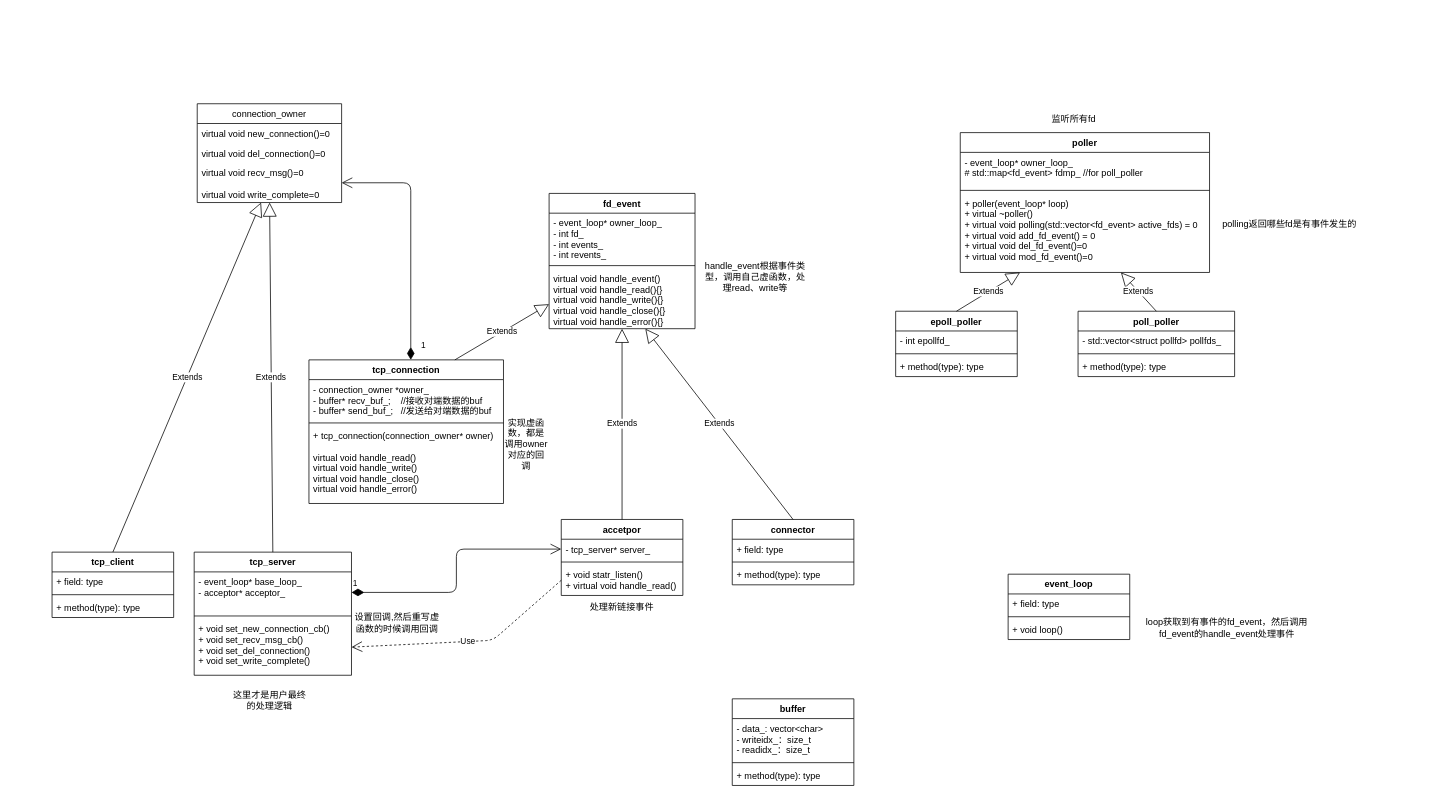
Above: page "UML" (2 of 3) of docs/easy_net.drawio in HLhuanglang/eNET (draw.io), before the change. Source tidied: cells renumbered, new cells numbered last; positions are measured from the earlier drawing's top-left corner, leaving out a move shared by most shapes. Both pictures are drawn from the tidied source at 76%, with x=0, y=0 at pixel (52, 103).
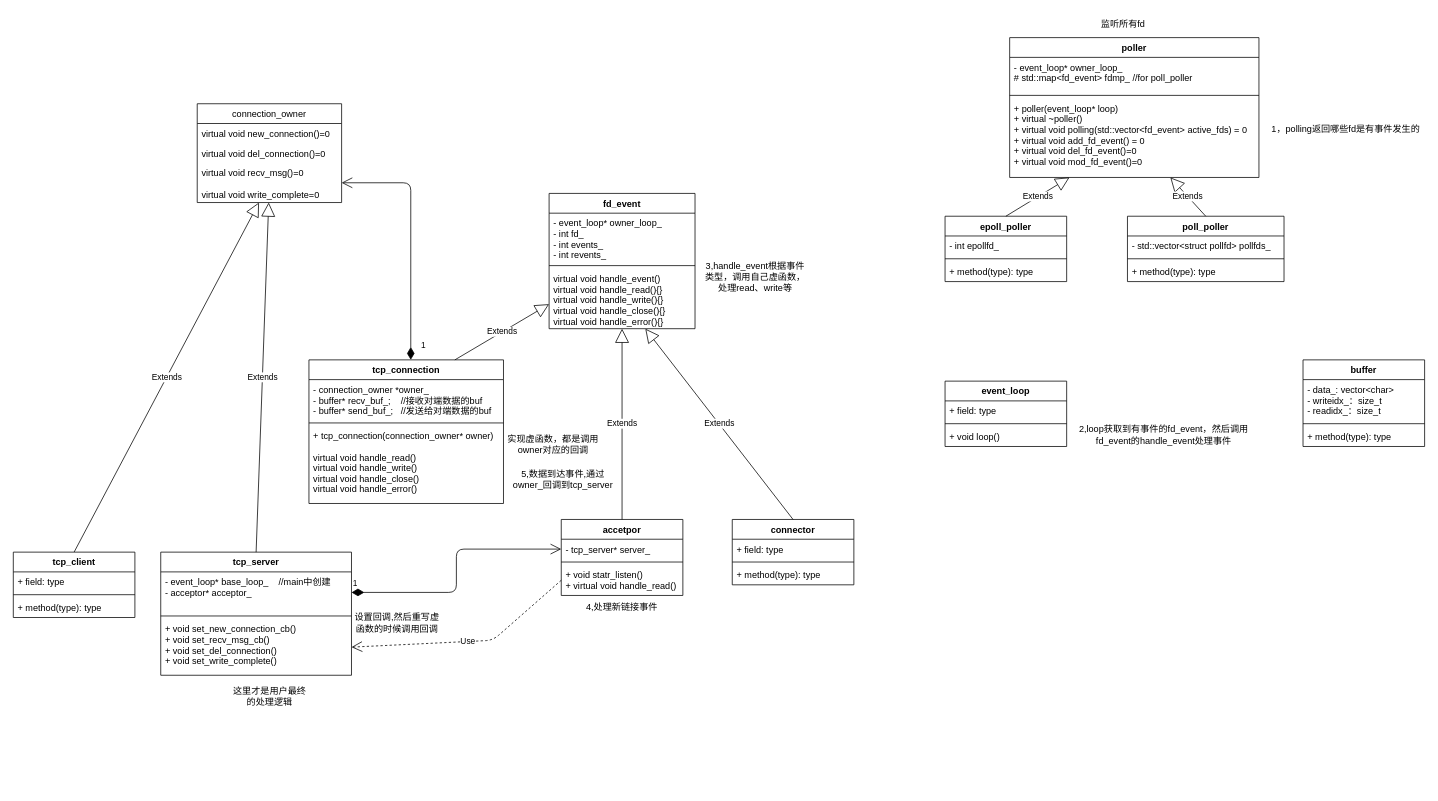
After the change.

The edit, as a diff of the source:
```diff
@@
     <mxCell id="2" value="buffer" style="swimlane;fontStyle=1;align=center;verticalAlign=top;horizontal=1;startSize=26;" parent="1" vertex="1">
-      <mxGeometry x="895" y="783" width="160" height="114" as="geometry" />
+      <mxGeometry x="1646" y="337" width="160" height="114" as="geometry" />
     </mxCell>
@@
     <mxCell id="11" value="tcp_client" style="swimlane;fontStyle=1;align=center;verticalAlign=top;horizontal=1;startSize=26;" parent="1" vertex="1">
-      <mxGeometry y="590" width="160" height="86" as="geometry" />
+      <mxGeometry x="-51" y="590" width="160" height="86" as="geometry" />
     </mxCell>
@@
     <mxCell id="15" value="tcp_server" style="swimlane;fontStyle=1;align=center;verticalAlign=top;horizontal=1;startSize=26;" parent="1" vertex="1">
-      <mxGeometry x="187" y="590" width="207" height="162" as="geometry" />
+      <mxGeometry x="143" y="590" width="251" height="162" as="geometry" />
     </mxCell>
-    <mxCell id="16" value="- event_loop* base_loop_&#10;- acceptor* acceptor_" style="text;strokeColor=none;fillColor=none;align=left;verticalAlign=top;spacingLeft=4;spacingRight=4;overflow=hidden;points=[[0,0.5],[1,0.5]];portConstraint=eastwest;" parent="15" vertex="1">
-      <mxGeometry y="26" width="207" height="54" as="geometry" />
+    <mxCell id="16" value="- event_loop* base_loop_    //main中创建&#10;- acceptor* acceptor_" style="text;strokeColor=none;fillColor=none;align=left;verticalAlign=top;spacingLeft=4;spacingRight=4;overflow=hidden;points=[[0,0.5],[1,0.5]];portConstraint=eastwest;" parent="15" vertex="1">
+      <mxGeometry y="26" width="251" height="54" as="geometry" />
     </mxCell>
     <mxCell id="17" style="line;strokeWidth=1;fillColor=none;align=left;verticalAlign=middle;spacingTop=-1;spacingLeft=3;spacingRight=3;labelPosition=right;" parent="15" vertex="1">
-      <mxGeometry y="80" width="207" height="8" as="geometry" />
+      <mxGeometry y="80" width="251" height="8" as="geometry" />
     </mxCell>
     <mxCell id="18" value="+ void set_new_connection_cb()&#10;+ void set_recv_msg_cb()&#10;+ void set_del_connection()&#10;+ void set_write_complete()" style="text;strokeColor=none;fillColor=none;align=left;verticalAlign=top;spacingLeft=4;spacingRight=4;overflow=hidden;points=[[0,0.5],[1,0.5]];portConstraint=eastwest;" parent="15" vertex="1">
-      <mxGeometry y="88" width="207" height="74" as="geometry" />
+      <mxGeometry y="88" width="251" height="74" as="geometry" />
     </mxCell>
@@
     <mxCell id="29" value="poller" style="swimlane;fontStyle=1;align=center;verticalAlign=top;horizontal=1;startSize=26;" parent="1" vertex="1">
-      <mxGeometry x="1195" y="38" width="328" height="184" as="geometry" />
+      <mxGeometry x="1260" y="-87" width="328" height="184" as="geometry" />
     </mxCell>
@@
     <mxCell id="33" value="epoll_poller" style="swimlane;fontStyle=1;align=center;verticalAlign=top;horizontal=1;startSize=26;" parent="1" vertex="1">
-      <mxGeometry x="1110" y="273" width="160" height="86" as="geometry" />
+      <mxGeometry x="1175" y="148" width="160" height="86" as="geometry" />
     </mxCell>
@@
     <mxCell id="37" value="poll_poller" style="swimlane;fontStyle=1;align=center;verticalAlign=top;horizontal=1;startSize=26;" parent="1" vertex="1">
-      <mxGeometry x="1350" y="273" width="206" height="86" as="geometry" />
+      <mxGeometry x="1415" y="148" width="206" height="86" as="geometry" />
     </mxCell>
@@
     <mxCell id="44" value="event_loop" style="swimlane;fontStyle=1;align=center;verticalAlign=top;horizontal=1;startSize=26;" parent="1" vertex="1">
-      <mxGeometry x="1258" y="619" width="160" height="86" as="geometry" />
+      <mxGeometry x="1175" y="365" width="160" height="86" as="geometry" />
     </mxCell>
@@
     <mxCell id="59" value="监听所有fd" style="text;html=1;strokeColor=none;fillColor=none;align=center;verticalAlign=middle;whiteSpace=wrap;rounded=0;" parent="1" vertex="1">
-      <mxGeometry x="1298.5" y="6" width="91" height="30" as="geometry" />
+      <mxGeometry x="1363.5" y="-119" width="91" height="30" as="geometry" />
     </mxCell>
-    <mxCell id="60" value="polling返回哪些fd是有事件发生的" style="text;html=1;strokeColor=none;fillColor=none;align=center;verticalAlign=middle;whiteSpace=wrap;rounded=0;" parent="1" vertex="1">
-      <mxGeometry x="1534" y="144" width="189" height="30" as="geometry" />
+    <mxCell id="60" value="1，polling返回哪些fd是有事件发生的" style="text;html=1;strokeColor=none;fillColor=none;align=center;verticalAlign=middle;whiteSpace=wrap;rounded=0;" parent="1" vertex="1">
+      <mxGeometry x="1599" y="19" width="207" height="30" as="geometry" />
     </mxCell>
-    <mxCell id="61" value="loop获取到有事件的fd_event，然后调用fd_event的handle_event处理事件" style="text;html=1;strokeColor=none;fillColor=none;align=center;verticalAlign=middle;whiteSpace=wrap;rounded=0;" parent="1" vertex="1">
-      <mxGeometry x="1420" y="675" width="252" height="30" as="geometry" />
+    <mxCell id="61" value="2,loop获取到有事件的fd_event，然后调用fd_event的handle_event处理事件" style="text;html=1;strokeColor=none;fillColor=none;align=center;verticalAlign=middle;whiteSpace=wrap;rounded=0;" parent="1" vertex="1">
+      <mxGeometry x="1337" y="421" width="252" height="30" as="geometry" />
     </mxCell>
-    <mxCell id="62" value="handle_event根据事件类型，调用自己虚函数，处理read、write等" style="text;html=1;strokeColor=none;fillColor=none;align=center;verticalAlign=middle;whiteSpace=wrap;rounded=0;" parent="1" vertex="1">
+    <mxCell id="62" value="3,handle_event根据事件类型，调用自己虚函数，处理read、write等" style="text;html=1;strokeColor=none;fillColor=none;align=center;verticalAlign=middle;whiteSpace=wrap;rounded=0;" parent="1" vertex="1">
       <mxGeometry x="857" y="213" width="137" height="30" as="geometry" />
     </mxCell>
     <mxCell id="63" value="实现虚函数，都是调用owner对应的回调" style="text;html=1;strokeColor=none;fillColor=none;align=center;verticalAlign=middle;whiteSpace=wrap;rounded=0;" parent="1" vertex="1">
-      <mxGeometry x="594" y="433" width="60" height="30" as="geometry" />
+      <mxGeometry x="594" y="433" width="131" height="30" as="geometry" />
     </mxCell>
     <mxCell id="64" value="这里才是用户最终的处理逻辑" style="text;html=1;strokeColor=none;fillColor=none;align=center;verticalAlign=middle;whiteSpace=wrap;rounded=0;" parent="1" vertex="1">
-      <mxGeometry x="235" y="770" width="103" height="30" as="geometry" />
+      <mxGeometry x="234.5" y="765" width="103" height="30" as="geometry" />
     </mxCell>
@@
-    <mxCell id="66" value="处理新链接事件" style="text;html=1;strokeColor=none;fillColor=none;align=center;verticalAlign=middle;whiteSpace=wrap;rounded=0;" parent="1" vertex="1">
+    <mxCell id="66" value="4,处理新链接事件" style="text;html=1;strokeColor=none;fillColor=none;align=center;verticalAlign=middle;whiteSpace=wrap;rounded=0;" parent="1" vertex="1">
       <mxGeometry x="696" y="647" width="108" height="30" as="geometry" />
     </mxCell>
@@
+    <mxCell id="68" value="5,数据到达事件,通过owner_回调到tcp_server" style="text;html=1;strokeColor=none;fillColor=none;align=center;verticalAlign=middle;whiteSpace=wrap;rounded=0;" parent="1" vertex="1">
+      <mxGeometry x="598" y="479" width="149" height="30" as="geometry" />
+    </mxCell>
```
